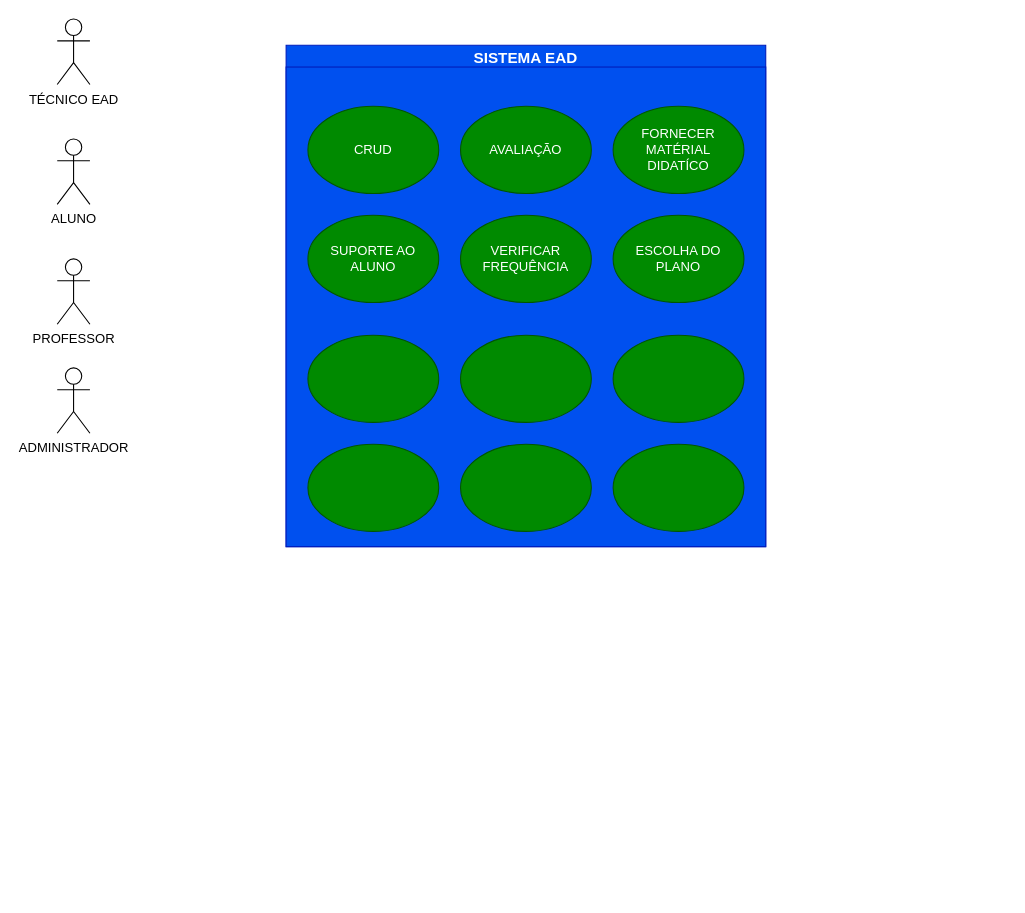
AirlanDEV/diagramasderequisitos keeps this draw.io diagram as page "Página-5" (5 of 5) of Diagrama sem nome.drawio. Above is the earlier version. Source tidied: cells renumbered, new cells numbered last; positions are measured from the earlier drawing's top-left corner, leaving out a move shared by most shapes. Both pictures are drawn from the tidied source at 109%, with x=0, y=0 at pixel (57, 19).
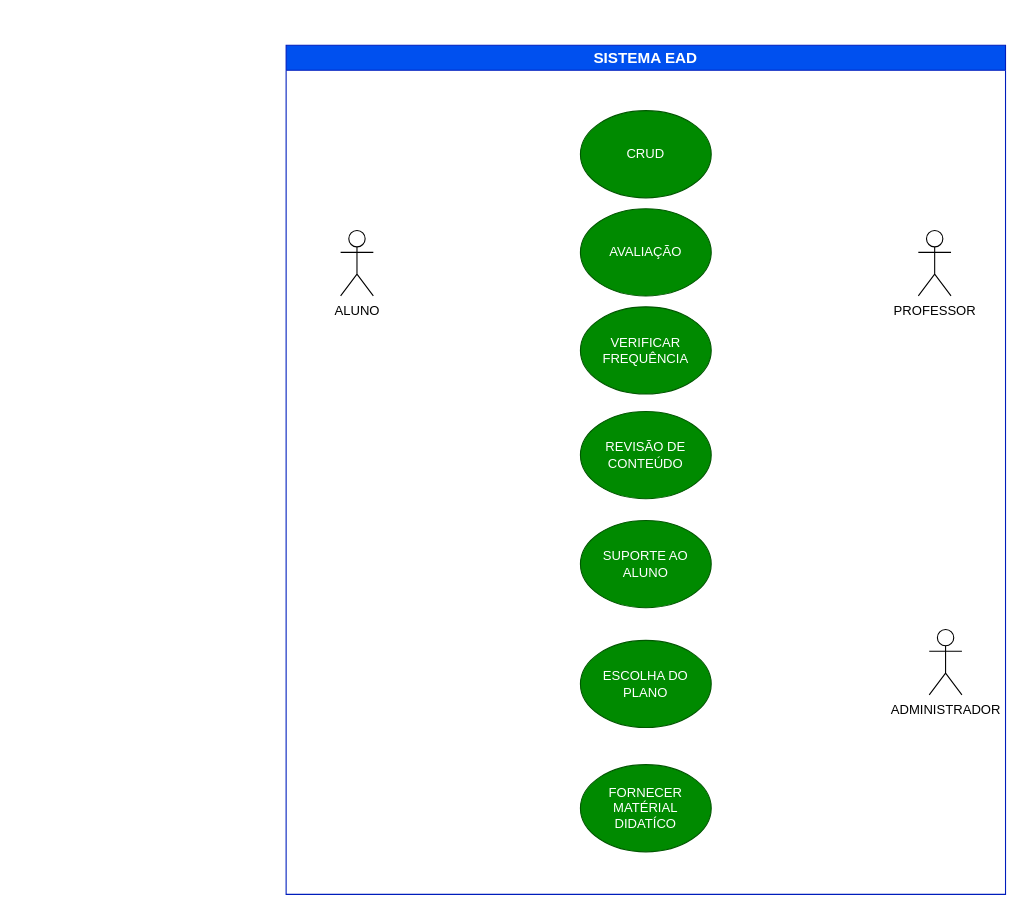
The same page after the edit.

What changed in the source:
```diff
@@
 <mxGraphModel>
   <root>
     <mxCell id="0" />
     <mxCell id="1" parent="0" />
     <mxCell id="2" value="&lt;p&gt;&lt;font style=&quot;font-size: 14px;&quot;&gt;SISTEMA EAD&lt;/font&gt;&lt;/p&gt;" style="swimlane;whiteSpace=wrap;html=1;fillColor=#0050ef;fontColor=#ffffff;strokeColor=#001DBC;" parent="1" vertex="1">
-      <mxGeometry x="210" y="24" width="440" height="460" as="geometry" />
+      <mxGeometry x="210" y="24" width="660" height="779" as="geometry" />
     </mxCell>
-    <mxCell id="3" style="whiteSpace=wrap;html=1;fillColor=#0050ef;fontColor=#ffffff;strokeColor=#001DBC;" parent="2" vertex="1">
-      <mxGeometry y="20" width="440" height="440" as="geometry" />
-    </mxCell>
     <mxCell id="4" value="CRUD" style="ellipse;whiteSpace=wrap;html=1;fillColor=#008a00;fontColor=#ffffff;strokeColor=#005700;" parent="2" vertex="1">
-      <mxGeometry x="20" y="56" width="120" height="80" as="geometry" />
+      <mxGeometry x="270" y="60" width="120" height="80" as="geometry" />
     </mxCell>
     <mxCell id="5" value="AVALIAÇÃO" style="ellipse;whiteSpace=wrap;html=1;fillColor=#008a00;fontColor=#ffffff;strokeColor=#005700;" parent="2" vertex="1">
-      <mxGeometry x="160" y="56" width="120" height="80" as="geometry" />
+      <mxGeometry x="270" y="150" width="120" height="80" as="geometry" />
     </mxCell>
     <mxCell id="6" value="FORNECER MATÉRIAL DIDATÍCO" style="ellipse;whiteSpace=wrap;html=1;fillColor=#008a00;fontColor=#ffffff;strokeColor=#005700;" parent="2" vertex="1">
-      <mxGeometry x="300" y="56" width="120" height="80" as="geometry" />
+      <mxGeometry x="270" y="660" width="120" height="80" as="geometry" />
     </mxCell>
     <mxCell id="7" value="SUPORTE AO ALUNO" style="ellipse;whiteSpace=wrap;html=1;fillColor=#008a00;fontColor=#ffffff;strokeColor=#005700;" parent="2" vertex="1">
-      <mxGeometry x="20" y="156" width="120" height="80" as="geometry" />
+      <mxGeometry x="270" y="436" width="120" height="80" as="geometry" />
     </mxCell>
     <mxCell id="8" value="VERIFICAR FREQUÊNCIA" style="ellipse;whiteSpace=wrap;html=1;fillColor=#008a00;fontColor=#ffffff;strokeColor=#005700;" parent="2" vertex="1">
-      <mxGeometry x="160" y="156" width="120" height="80" as="geometry" />
+      <mxGeometry x="270" y="240" width="120" height="80" as="geometry" />
     </mxCell>
     <mxCell id="9" value="ESCOLHA DO PLANO" style="ellipse;whiteSpace=wrap;html=1;fillColor=#008a00;fontColor=#ffffff;strokeColor=#005700;" parent="2" vertex="1">
-      <mxGeometry x="300" y="156" width="120" height="80" as="geometry" />
+      <mxGeometry x="270" y="546" width="120" height="80" as="geometry" />
     </mxCell>
-    <mxCell id="10" style="ellipse;whiteSpace=wrap;html=1;fillColor=#008a00;fontColor=#ffffff;strokeColor=#005700;" parent="2" vertex="1">
-      <mxGeometry x="20" y="266" width="120" height="80" as="geometry" />
-    </mxCell>
-    <mxCell id="11" style="ellipse;whiteSpace=wrap;html=1;fillColor=#008a00;fontColor=#ffffff;strokeColor=#005700;" parent="2" vertex="1">
-      <mxGeometry x="160" y="266" width="120" height="80" as="geometry" />
-    </mxCell>
-    <mxCell id="12" style="ellipse;whiteSpace=wrap;html=1;fillColor=#008a00;fontColor=#ffffff;strokeColor=#005700;" parent="2" vertex="1">
-      <mxGeometry x="300" y="266" width="120" height="80" as="geometry" />
-    </mxCell>
-    <mxCell id="13" style="ellipse;whiteSpace=wrap;html=1;fillColor=#008a00;fontColor=#ffffff;strokeColor=#005700;" parent="2" vertex="1">
-      <mxGeometry x="20" y="366" width="120" height="80" as="geometry" />
-    </mxCell>
-    <mxCell id="14" style="ellipse;whiteSpace=wrap;html=1;fillColor=#008a00;fontColor=#ffffff;strokeColor=#005700;" parent="2" vertex="1">
-      <mxGeometry x="160" y="366" width="120" height="80" as="geometry" />
-    </mxCell>
-    <mxCell id="15" style="ellipse;whiteSpace=wrap;html=1;fillColor=#008a00;fontColor=#ffffff;strokeColor=#005700;" parent="2" vertex="1">
-      <mxGeometry x="300" y="366" width="120" height="80" as="geometry" />
-    </mxCell>
+    <mxCell id="20" value="REVISÃO DE CONTEÚDO" style="ellipse;whiteSpace=wrap;html=1;fillColor=#008a00;fontColor=#ffffff;strokeColor=#005700;" parent="2" vertex="1">
+      <mxGeometry x="270" y="336" width="120" height="80" as="geometry" />
+    </mxCell>
+    <mxCell id="17" value="ALUNO" style="shape=umlActor;verticalLabelPosition=bottom;verticalAlign=top;html=1;" parent="2" vertex="1">
+      <mxGeometry x="50" y="170" width="30" height="60" as="geometry" />
+    </mxCell>
-    <mxCell id="16" value="PROFESSOR" style="shape=umlActor;verticalLabelPosition=bottom;verticalAlign=top;html=1;" parent="1" vertex="1">
-      <mxGeometry y="220" width="30" height="60" as="geometry" />
+    <mxCell id="16" value="PROFESSOR" style="shape=umlActor;verticalLabelPosition=bottom;verticalAlign=top;html=1;" parent="2" vertex="1">
+      <mxGeometry x="580" y="170" width="30" height="60" as="geometry" />
     </mxCell>
-    <mxCell id="17" value="ALUNO" style="shape=umlActor;verticalLabelPosition=bottom;verticalAlign=top;html=1;" parent="1" vertex="1">
-      <mxGeometry y="110" width="30" height="60" as="geometry" />
-    </mxCell>
-    <mxCell id="18" value="ADMINISTRADOR" style="shape=umlActor;verticalLabelPosition=bottom;verticalAlign=top;html=1;" parent="1" vertex="1">
-      <mxGeometry y="320" width="30" height="60" as="geometry" />
+    <mxCell id="18" value="ADMINISTRADOR" style="shape=umlActor;verticalLabelPosition=bottom;verticalAlign=top;html=1;" parent="2" vertex="1">
+      <mxGeometry x="590" y="536" width="30" height="60" as="geometry" />
     </mxCell>
-    <mxCell id="19" value="TÉCNICO EAD" style="shape=umlActor;verticalLabelPosition=bottom;verticalAlign=top;html=1;" parent="1" vertex="1">
-      <mxGeometry width="30" height="60" as="geometry" />
-    </mxCell>
   </root>
 </mxGraphModel>
```
